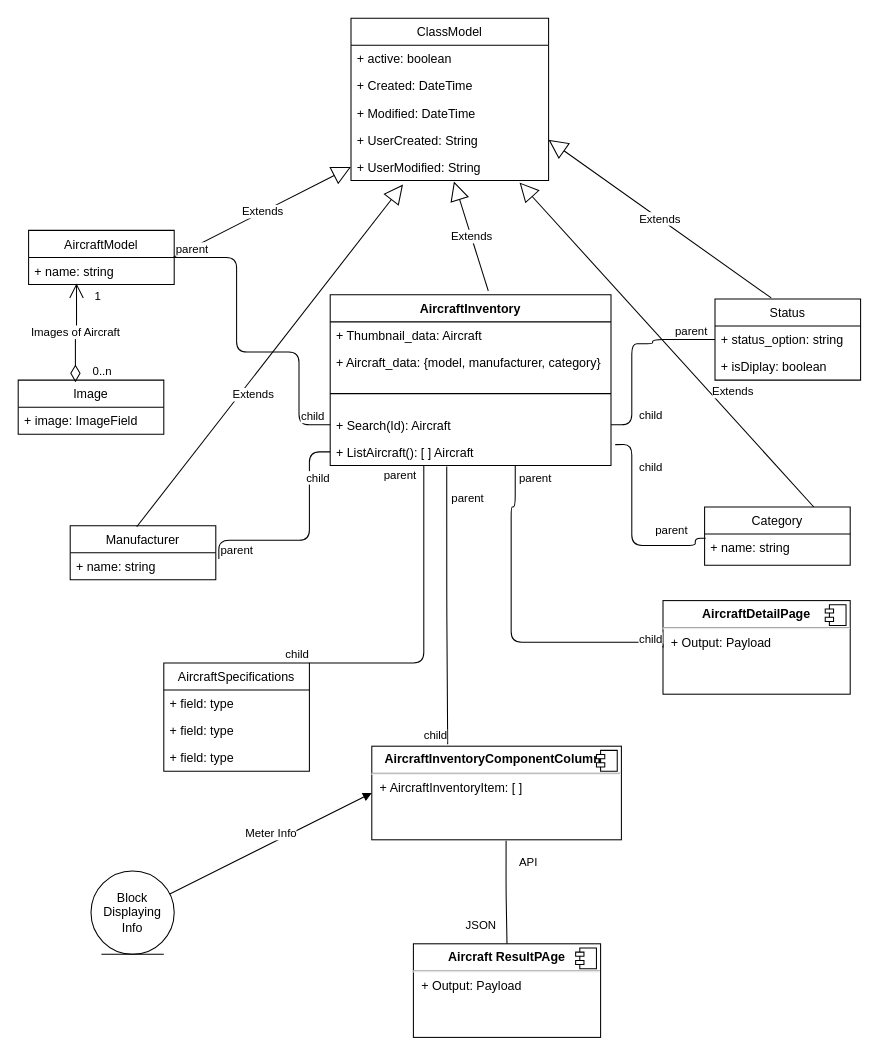
Before: page "Clases" (1 of 7) of aircraft.drawio in giova-fonseca/giova-fonseca, a draw.io diagram. Source tidied: cells renumbered, new cells numbered last; positions are measured from the earlier drawing's top-left corner, leaving out a move shared by most shapes. Both pictures are drawn from the tidied source at 104%, with x=0, y=0 at pixel (18, 18).
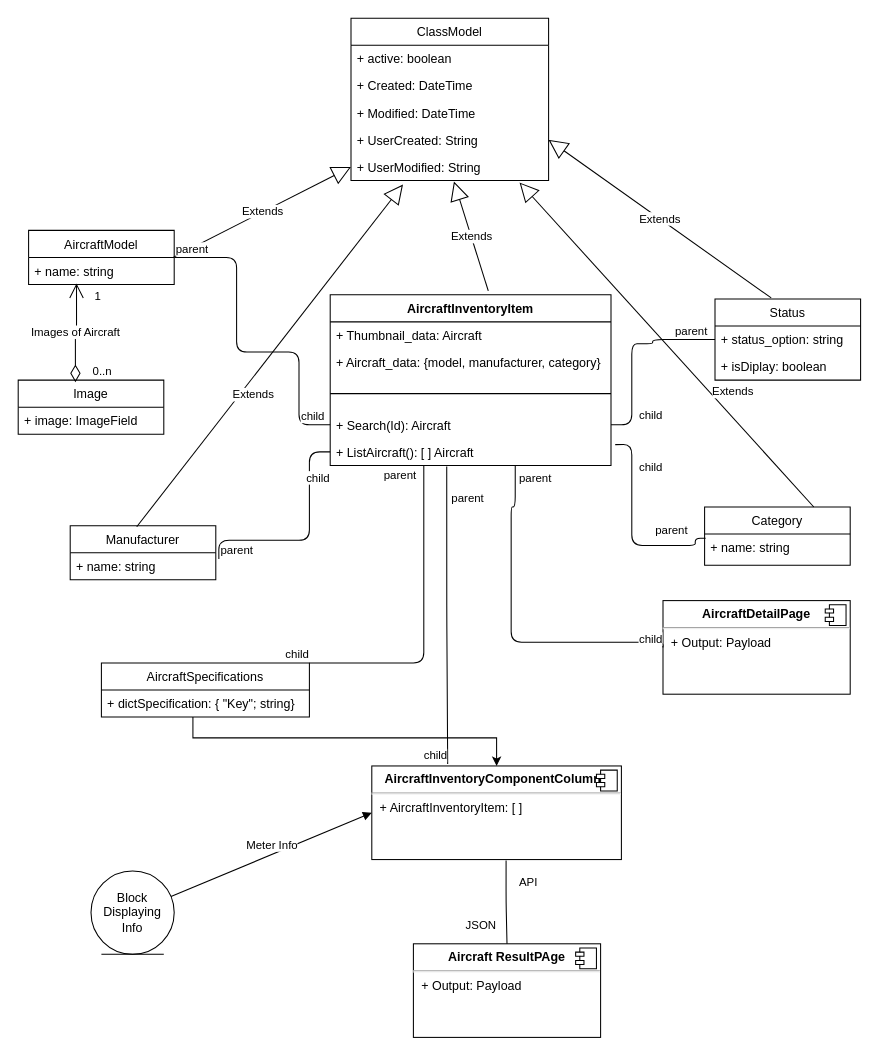
After the change.

What changed in the source:
```diff
@@
-    <mxCell id="39" value="AircraftInventory" style="swimlane;fontStyle=1;align=center;verticalAlign=top;horizontal=1;startSize=26;" parent="1" vertex="1">
+    <mxCell id="39" value="AircraftInventoryItem" style="swimlane;fontStyle=1;align=center;verticalAlign=top;horizontal=1;startSize=26;" parent="1" vertex="1">
       <mxGeometry x="300" y="266" width="270" height="164" as="geometry" />
     </mxCell>
@@
     <mxCell id="45" value="AircraftSpecifications" style="swimlane;fontStyle=0;horizontal=1;startSize=26;fillColor=none;" parent="1" vertex="1">
-      <mxGeometry x="140" y="620" width="140" height="104" as="geometry" />
+      <mxGeometry x="80" y="620" width="200" height="52" as="geometry" />
     </mxCell>
-    <mxCell id="46" value="+ field: type" style="text;strokeColor=none;fillColor=none;align=left;verticalAlign=top;spacingLeft=4;spacingRight=4;overflow=hidden;points=[[0,0.5],[1,0.5]];portConstraint=eastwest;" parent="45" vertex="1">
-      <mxGeometry y="26" width="140" height="26" as="geometry" />
+    <mxCell id="46" value="+ dictSpecification: { &quot;Key&quot;; string}" style="text;strokeColor=none;fillColor=none;align=left;verticalAlign=top;spacingLeft=4;spacingRight=4;overflow=hidden;points=[[0,0.5],[1,0.5]];portConstraint=eastwest;" parent="45" vertex="1">
+      <mxGeometry y="26" width="200" height="26" as="geometry" />
     </mxCell>
-    <mxCell id="47" value="+ field: type" style="text;strokeColor=none;fillColor=none;align=left;verticalAlign=top;spacingLeft=4;spacingRight=4;overflow=hidden;" parent="45" vertex="1">
-      <mxGeometry y="52" width="140" height="26" as="geometry" />
-    </mxCell>
-    <mxCell id="48" value="+ field: type" style="text;strokeColor=none;fillColor=none;align=left;verticalAlign=top;spacingLeft=4;spacingRight=4;overflow=hidden;" parent="45" vertex="1">
-      <mxGeometry y="78" width="140" height="26" as="geometry" />
-    </mxCell>
@@
     <mxCell id="57" value="&lt;p style=&quot;margin: 0px ; margin-top: 6px ; text-align: center&quot;&gt;&lt;b&gt;AircraftInventoryComponentColumns&lt;/b&gt;&lt;/p&gt;&lt;hr&gt;&lt;p style=&quot;margin: 0px ; margin-left: 8px&quot;&gt;+ AircraftInventoryItem: [ ]&lt;br&gt;&lt;/p&gt;" style="align=left;overflow=fill;html=1;" parent="1" vertex="1">
-      <mxGeometry x="340" y="700" width="240" height="90" as="geometry" />
+      <mxGeometry x="340" y="719" width="240" height="90" as="geometry" />
     </mxCell>
@@
+    <mxCell id="69" style="edgeStyle=orthogonalEdgeStyle;rounded=0;jettySize=auto;html=1;exitX=0.44;exitY=1;exitDx=0;exitDy=0;exitPerimeter=0;" parent="1" edge="1" source="46" target="57">
+      <mxGeometry relative="1" as="geometry">
+        <Array as="points">
+          <mxPoint x="168" y="692" />
+          <mxPoint x="460" y="692" />
+        </Array>
+      </mxGeometry>
+    </mxCell>
```
